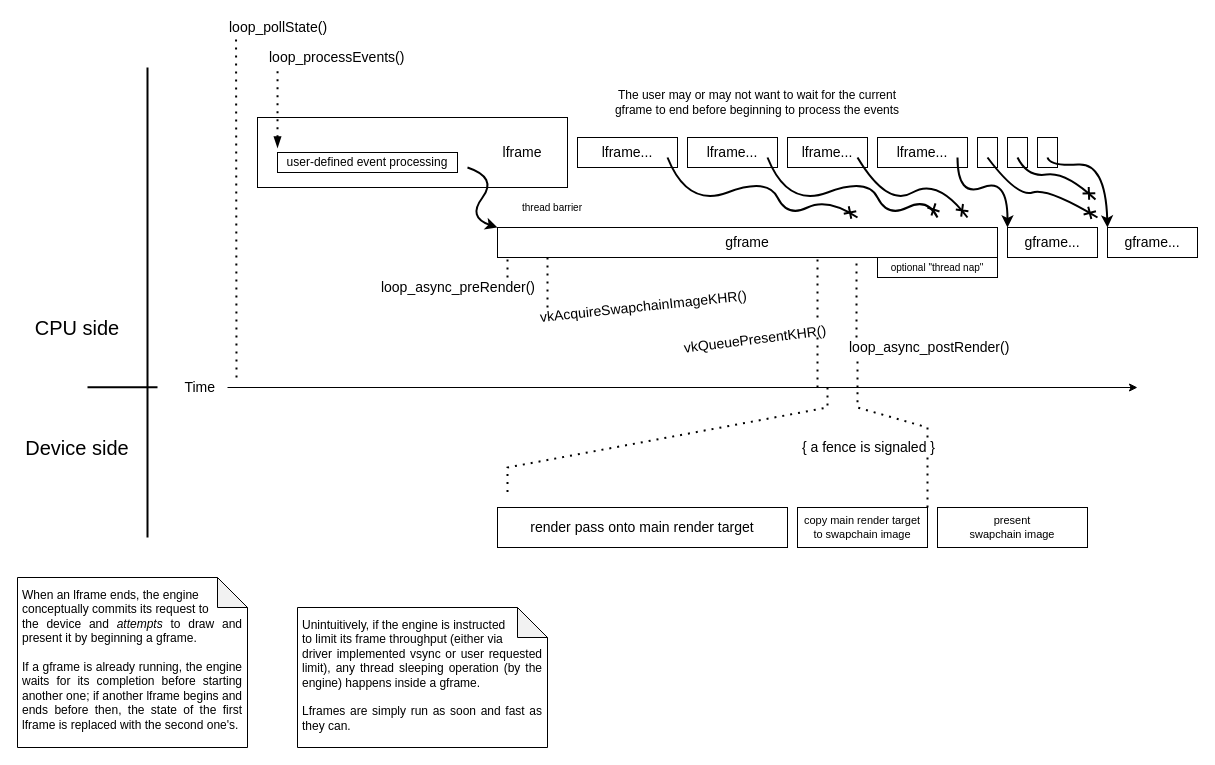
Sonotsugipaa/skengine keeps this draw.io diagram as doc/frames-diagram.drawio. Above is the earlier version. Source tidied: cells renumbered, new cells numbered last; positions are measured from the earlier drawing's top-left corner, leaving out a move shared by most shapes. Both pictures are drawn from the tidied source at 100%, with x=0, y=0 at pixel (17, 17).
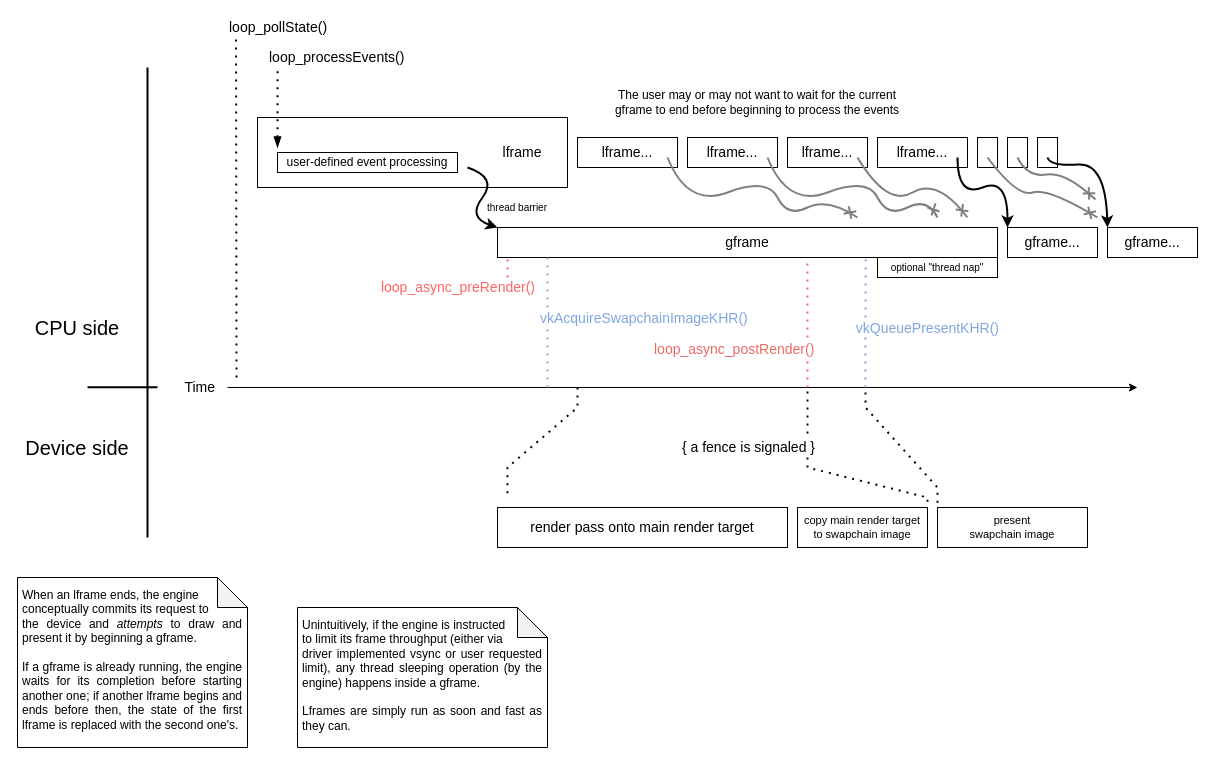
The same diagram, later.

The change refers to these unchanged cells:
```xml
<mxCell id="24" value="present&lt;br&gt;swapchain image" style="rounded=0;whiteSpace=wrap;html=1;fontSize=11;" parent="1" vertex="1">
  <mxGeometry x="920" y="490" width="150" height="40" as="geometry" />
</mxCell>
```

The edit, as a diff of the source:
```diff
@@
     <mxCell id="15" value="thread barrier" style="text;html=1;strokeColor=none;fillColor=none;align=center;verticalAlign=middle;whiteSpace=wrap;rounded=0;labelBackgroundColor=none;fontSize=10;" parent="1" vertex="1">
-      <mxGeometry x="470" y="180" width="130" height="20" as="geometry" />
+      <mxGeometry x="465" y="180" width="70" height="20" as="geometry" />
     </mxCell>
@@
-    <mxCell id="18" style="endArrow=none;dashed=1;html=1;dashPattern=1 3;strokeWidth=2;rounded=0;endFill=0;startArrow=none;startFill=0;entryX=0.067;entryY=1.022;entryDx=0;entryDy=0;entryPerimeter=0;" parent="1" edge="1">
+    <mxCell id="18" style="endArrow=none;dashed=1;html=1;dashPattern=1 3;strokeWidth=2;rounded=0;endFill=0;startArrow=none;startFill=0;entryX=0.067;entryY=1.022;entryDx=0;entryDy=0;entryPerimeter=0;strokeColor=#7EA6E0;" parent="1" edge="1">
       <mxGeometry relative="1" as="geometry">
         <mxPoint x="530" y="290" as="sourcePoint" />
         <mxPoint x="530" y="240" as="targetPoint" />
       </mxGeometry>
     </mxCell>
-    <mxCell id="19" value="vkAcquireSwapchainImageKHR()" style="text;html=1;strokeColor=none;fillColor=none;align=left;verticalAlign=middle;whiteSpace=wrap;rounded=0;textDirection=ltr;horizontal=1;fontSize=14;rotation=-6;" parent="1" vertex="1">
-      <mxGeometry x="520" y="279" width="220" height="20" as="geometry" />
+    <mxCell id="19" value="vkAcquireSwapchainImageKHR()" style="text;html=1;strokeColor=none;fillColor=none;align=left;verticalAlign=middle;whiteSpace=wrap;rounded=0;textDirection=ltr;horizontal=1;fontSize=14;rotation=0;fontColor=#7EA6E0;" parent="1" vertex="1">
+      <mxGeometry x="521" y="291" width="220" height="20" as="geometry" />
     </mxCell>
@@
     <mxCell id="22" value="{ a fence is signaled }" style="text;html=1;strokeColor=none;fillColor=none;align=right;verticalAlign=middle;whiteSpace=wrap;rounded=0;textDirection=ltr;horizontal=1;fontSize=14;" parent="1" vertex="1">
-      <mxGeometry x="700" y="420" width="220" height="20" as="geometry" />
+      <mxGeometry x="660" y="420" width="140" height="20" as="geometry" />
     </mxCell>
@@
     <mxCell id="25" style="endArrow=none;dashed=1;html=1;dashPattern=1 3;strokeWidth=2;rounded=0;fontSize=10;jumpSize=6;" parent="1" edge="1">
       <mxGeometry relative="1" as="geometry">
-        <mxPoint x="910" y="440" as="sourcePoint" />
+        <mxPoint x="790" y="440" as="sourcePoint" />
         <mxPoint x="910" y="490" as="targetPoint" />
+        <Array as="points">
+          <mxPoint x="790" y="450" />
+          <mxPoint x="910" y="480" />
+        </Array>
       </mxGeometry>
     </mxCell>
-    <mxCell id="26" style="curved=1;endArrow=cross;html=1;rounded=0;fontSize=12;strokeWidth=2;jumpSize=6;endFill=0;" parent="1" edge="1">
+    <mxCell id="26" style="curved=1;endArrow=cross;html=1;rounded=0;fontSize=12;strokeWidth=2;jumpSize=6;endFill=0;strokeColor=#808080;" parent="1" edge="1">
       <mxGeometry relative="1" as="geometry">
         <mxPoint x="650" y="140" as="sourcePoint" />
         <mxPoint x="840" y="200" as="targetPoint" />
         <Array as="points">
           <mxPoint x="670" y="190" />
           <mxPoint x="750" y="160" />
           <mxPoint x="770" y="200" />
           <mxPoint x="810" y="180" />
         </Array>
       </mxGeometry>
     </mxCell>
@@
-    <mxCell id="32" style="endArrow=none;dashed=1;html=1;dashPattern=1 3;strokeWidth=2;rounded=0;endFill=0;startArrow=none;startFill=0;entryX=0.067;entryY=1.022;entryDx=0;entryDy=0;entryPerimeter=0;" parent="1" edge="1">
+    <mxCell id="32" style="endArrow=none;dashed=1;html=1;dashPattern=1 3;strokeWidth=2;rounded=0;endFill=0;startArrow=none;startFill=0;entryX=0.067;entryY=1.022;entryDx=0;entryDy=0;entryPerimeter=0;strokeColor=#EA6B66;" parent="1" edge="1">
       <mxGeometry relative="1" as="geometry">
         <mxPoint x="490" y="260" as="sourcePoint" />
         <mxPoint x="490" y="240" as="targetPoint" />
       </mxGeometry>
     </mxCell>
-    <mxCell id="33" value="loop_async_preRender()" style="text;html=1;strokeColor=none;fillColor=none;align=right;verticalAlign=middle;whiteSpace=wrap;rounded=0;textDirection=ltr;horizontal=1;fontSize=14;" parent="1" vertex="1">
+    <mxCell id="33" value="loop_async_preRender()" style="text;html=1;strokeColor=none;fillColor=none;align=right;verticalAlign=middle;whiteSpace=wrap;rounded=0;textDirection=ltr;horizontal=1;fontSize=14;fontColor=#FF6666;" parent="1" vertex="1">
       <mxGeometry x="360" y="260" width="160" height="20" as="geometry" />
     </mxCell>
-    <mxCell id="34" style="endArrow=none;dashed=1;html=1;dashPattern=1 3;strokeWidth=2;rounded=0;endFill=0;startArrow=none;startFill=0;entryX=0.067;entryY=1.022;entryDx=0;entryDy=0;entryPerimeter=0;" parent="1" edge="1">
+    <mxCell id="34" style="endArrow=none;dashed=1;html=1;dashPattern=1 3;strokeWidth=2;rounded=0;endFill=0;startArrow=none;startFill=0;entryX=0.067;entryY=1.022;entryDx=0;entryDy=0;entryPerimeter=0;strokeColor=#EA6B66;" parent="1" edge="1">
       <mxGeometry relative="1" as="geometry">
-        <mxPoint x="839" y="320" as="sourcePoint" />
-        <mxPoint x="839" y="240" as="targetPoint" />
+        <mxPoint x="790" y="320" as="sourcePoint" />
+        <mxPoint x="790" y="240" as="targetPoint" />
       </mxGeometry>
     </mxCell>
-    <mxCell id="35" value="loop_async_postRender()" style="text;html=1;strokeColor=none;fillColor=none;align=left;verticalAlign=middle;whiteSpace=wrap;rounded=0;textDirection=ltr;horizontal=1;fontSize=14;" parent="1" vertex="1">
-      <mxGeometry x="830" y="320" width="170" height="20" as="geometry" />
+    <mxCell id="35" value="loop_async_postRender()" style="text;html=1;strokeColor=none;fillColor=none;align=left;verticalAlign=middle;whiteSpace=wrap;rounded=0;textDirection=ltr;horizontal=1;fontSize=14;fontColor=#EA6B66;" parent="1" vertex="1">
+      <mxGeometry x="635" y="322" width="170" height="20" as="geometry" />
     </mxCell>
-    <mxCell id="36" style="endArrow=none;dashed=1;html=1;dashPattern=1 3;strokeWidth=2;rounded=0;endFill=0;startArrow=none;startFill=0;entryX=0.067;entryY=1.022;entryDx=0;entryDy=0;entryPerimeter=0;" parent="1" edge="1">
+    <mxCell id="36" style="endArrow=none;dashed=1;html=1;dashPattern=1 3;strokeWidth=2;rounded=0;endFill=0;startArrow=none;startFill=0;entryX=0.067;entryY=1.022;entryDx=0;entryDy=0;entryPerimeter=0;strokeColor=#7EA6E0;" parent="1" edge="1">
       <mxGeometry relative="1" as="geometry">
-        <mxPoint x="800" y="300" as="sourcePoint" />
-        <mxPoint x="800" y="240" as="targetPoint" />
+        <mxPoint x="848" y="300" as="sourcePoint" />
+        <mxPoint x="848.1" y="240" as="targetPoint" />
       </mxGeometry>
     </mxCell>
-    <mxCell id="37" style="endArrow=none;dashed=1;html=1;dashPattern=1 3;strokeWidth=2;rounded=0;endFill=0;startArrow=none;startFill=0;" parent="1" edge="1">
+    <mxCell id="37" style="endArrow=none;dashed=1;html=1;dashPattern=1 3;strokeWidth=2;rounded=0;endFill=0;startArrow=none;startFill=0;strokeColor=#7EA6E0;" parent="1" edge="1">
       <mxGeometry relative="1" as="geometry">
-        <mxPoint x="800" y="370" as="sourcePoint" />
-        <mxPoint x="800" y="320" as="targetPoint" />
+        <mxPoint x="848" y="370" as="sourcePoint" />
+        <mxPoint x="848" y="320" as="targetPoint" />
       </mxGeometry>
     </mxCell>
-    <mxCell id="38" value="vkQueuePresentKHR()" style="text;html=1;strokeColor=none;fillColor=none;align=right;verticalAlign=middle;whiteSpace=wrap;rounded=0;textDirection=ltr;horizontal=1;fontSize=14;rotation=-7.1;" parent="1" vertex="1">
-      <mxGeometry x="652" y="313" width="160" height="20" as="geometry" />
+    <mxCell id="38" value="vkQueuePresentKHR()" style="text;html=1;strokeColor=none;fillColor=none;align=right;verticalAlign=middle;whiteSpace=wrap;rounded=0;textDirection=ltr;horizontal=1;fontSize=14;rotation=0;fontColor=#7EA6E0;" parent="1" vertex="1">
+      <mxGeometry x="832" y="301" width="152" height="20" as="geometry" />
     </mxCell>
@@
-    <mxCell id="42" style="curved=1;endArrow=cross;html=1;rounded=0;fontSize=12;strokeWidth=2;jumpSize=6;endFill=0;" parent="1" edge="1">
+    <mxCell id="42" style="curved=1;endArrow=cross;html=1;rounded=0;fontSize=12;strokeWidth=2;jumpSize=6;endFill=0;strokeColor=#808080;" parent="1" edge="1">
       <mxGeometry relative="1" as="geometry">
         <mxPoint x="970" y="140" as="sourcePoint" />
         <mxPoint x="1080" y="200" as="targetPoint" />
         <Array as="points">
           <mxPoint x="1000" y="180" />
           <mxPoint x="1030" y="170" />
         </Array>
       </mxGeometry>
     </mxCell>
@@
-    <mxCell id="44" style="curved=1;endArrow=cross;html=1;rounded=0;fontSize=12;strokeWidth=2;jumpSize=6;endFill=0;" parent="1" edge="1">
+    <mxCell id="44" style="curved=1;endArrow=cross;html=1;rounded=0;fontSize=12;strokeWidth=2;jumpSize=6;endFill=0;strokeColor=#808080;" parent="1" edge="1">
       <mxGeometry relative="1" as="geometry">
         <mxPoint x="1000" y="140" as="sourcePoint" />
         <mxPoint x="1078" y="182" as="targetPoint" />
         <Array as="points">
           <mxPoint x="1010" y="160" />
           <mxPoint x="1048" y="154" />
         </Array>
       </mxGeometry>
     </mxCell>
@@
     <mxCell id="46" style="endArrow=none;dashed=1;html=1;dashPattern=1 3;strokeWidth=2;rounded=0;fontSize=10;jumpSize=6;" parent="1" edge="1">
       <mxGeometry relative="1" as="geometry">
-        <mxPoint x="810" y="370" as="sourcePoint" />
+        <mxPoint x="560" y="370" as="sourcePoint" />
         <mxPoint x="490" y="480" as="targetPoint" />
         <Array as="points">
-          <mxPoint x="810" y="390" />
+          <mxPoint x="560" y="390" />
           <mxPoint x="490" y="450" />
         </Array>
       </mxGeometry>
     </mxCell>
-    <mxCell id="47" style="endArrow=none;dashed=1;html=1;dashPattern=1 3;strokeWidth=2;rounded=0;fontSize=10;jumpSize=6;" parent="1" edge="1">
+    <mxCell id="47" style="endArrow=none;dashed=1;html=1;dashPattern=1 3;strokeWidth=2;rounded=0;fontSize=10;jumpSize=6;strokeColor=#EA6B66;" parent="1" edge="1">
       <mxGeometry relative="1" as="geometry">
-        <mxPoint x="910" y="420" as="sourcePoint" />
-        <mxPoint x="840" y="370" as="targetPoint" />
-        <Array as="points">
-          <mxPoint x="910" y="410" />
-          <mxPoint x="840" y="390" />
-        </Array>
+        <mxPoint x="790" y="370" as="sourcePoint" />
+        <mxPoint x="790" y="340" as="targetPoint" />
       </mxGeometry>
     </mxCell>
@@
-    <mxCell id="52" style="curved=1;endArrow=cross;html=1;rounded=0;fontSize=12;strokeWidth=2;jumpSize=6;endFill=0;" parent="1" edge="1">
+    <mxCell id="52" style="curved=1;endArrow=cross;html=1;rounded=0;fontSize=12;strokeWidth=2;jumpSize=6;endFill=0;strokeColor=#808080;" parent="1" edge="1">
       <mxGeometry relative="1" as="geometry">
         <mxPoint x="750" y="140" as="sourcePoint" />
         <mxPoint x="920" y="200" as="targetPoint" />
         <Array as="points">
           <mxPoint x="770" y="190" />
           <mxPoint x="850" y="160" />
           <mxPoint x="870" y="200" />
           <mxPoint x="910" y="180" />
         </Array>
       </mxGeometry>
     </mxCell>
-    <mxCell id="53" style="curved=1;endArrow=cross;html=1;rounded=0;fontSize=12;strokeWidth=2;jumpSize=6;endFill=0;" parent="1" edge="1">
+    <mxCell id="53" style="curved=1;endArrow=cross;html=1;rounded=0;fontSize=12;strokeWidth=2;jumpSize=6;endFill=0;strokeColor=#808080;" parent="1" edge="1">
       <mxGeometry relative="1" as="geometry">
         <mxPoint x="840" y="140" as="sourcePoint" />
         <mxPoint x="950" y="200" as="targetPoint" />
         <Array as="points">
           <mxPoint x="870" y="190" />
           <mxPoint x="920" y="160" />
         </Array>
       </mxGeometry>
     </mxCell>
-    <mxCell id="54" style="endArrow=none;dashed=1;html=1;dashPattern=1 3;strokeWidth=2;rounded=0;endFill=0;startArrow=none;startFill=0;" parent="1" edge="1">
-      <mxGeometry relative="1" as="geometry">
-        <mxPoint x="840" y="370" as="sourcePoint" />
-        <mxPoint x="840" y="340" as="targetPoint" />
-      </mxGeometry>
-    </mxCell>
+    <mxCell id="55" style="endArrow=none;dashed=1;html=1;dashPattern=1 3;strokeWidth=2;rounded=0;endFill=0;startArrow=none;startFill=0;strokeColor=#7EA6E0;" parent="1" edge="1">
+      <mxGeometry relative="1" as="geometry">
+        <mxPoint x="530" y="370" as="sourcePoint" />
+        <mxPoint x="530" y="310" as="targetPoint" />
+      </mxGeometry>
+    </mxCell>
+    <mxCell id="56" style="endArrow=none;dashed=1;html=1;dashPattern=1 3;strokeWidth=2;rounded=0;fontSize=10;jumpSize=6;" parent="1" edge="1">
+      <mxGeometry relative="1" as="geometry">
+        <mxPoint x="790" y="374" as="sourcePoint" />
+        <mxPoint x="790" y="416" as="targetPoint" />
+      </mxGeometry>
+    </mxCell>
+    <mxCell id="57" style="endArrow=none;dashed=1;html=1;dashPattern=1 3;strokeWidth=2;rounded=0;fontSize=10;jumpSize=6;entryX=0;entryY=0;entryDx=0;entryDy=0;" parent="1" edge="1" target="24">
+      <mxGeometry relative="1" as="geometry">
+        <mxPoint x="848" y="375" as="sourcePoint" />
+        <Array as="points">
+          <mxPoint x="848" y="390" />
+          <mxPoint x="920" y="470" />
+        </Array>
+      </mxGeometry>
+    </mxCell>
```
